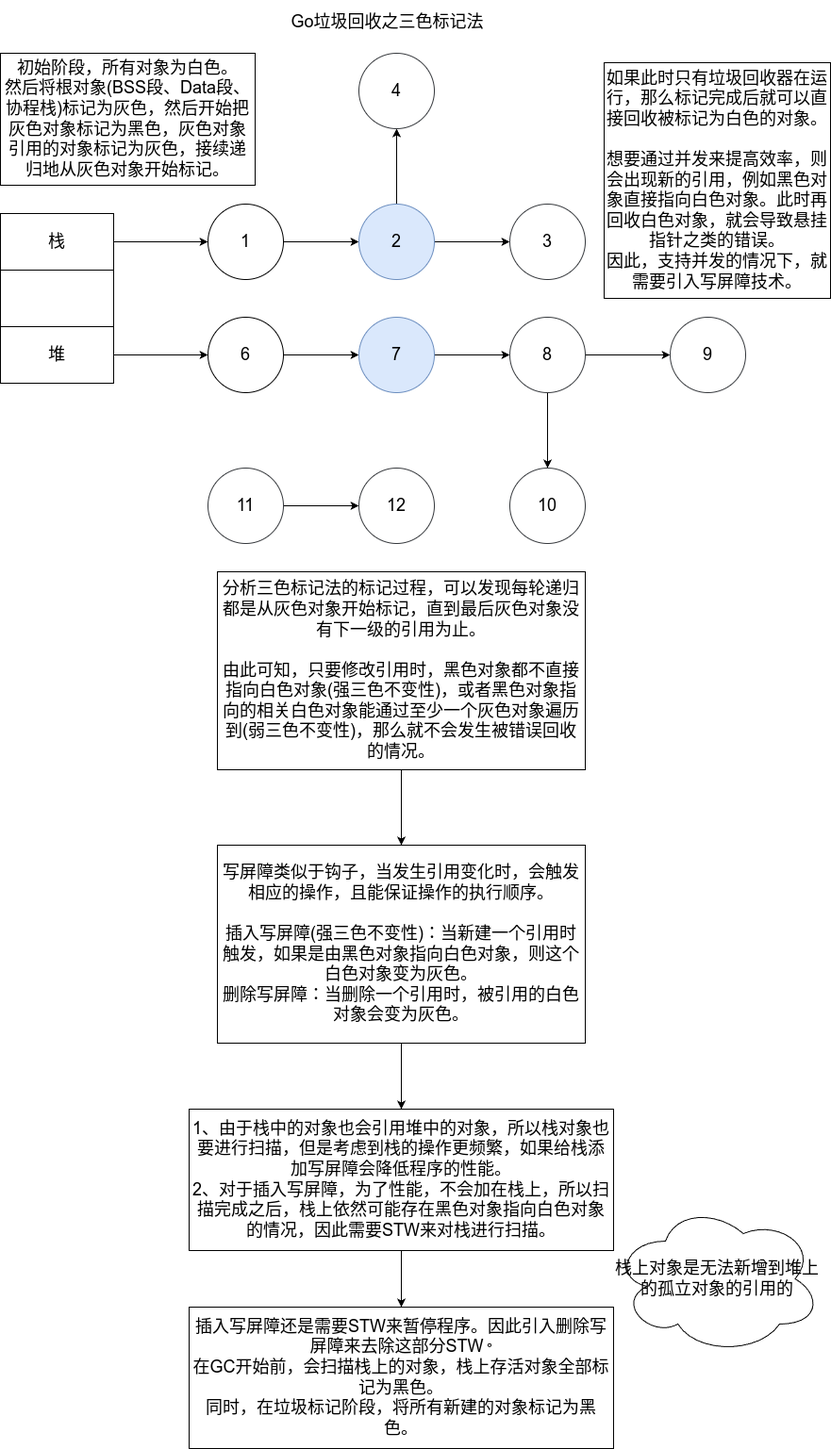
This is go_gc.png from moqsien/img_repo, a draw.io export, as it was before one commit. Source tidied: cells renumbered, new cells last; positions are measured from the earlier drawing's top-left corner, leaving out a move shared by most shapes.
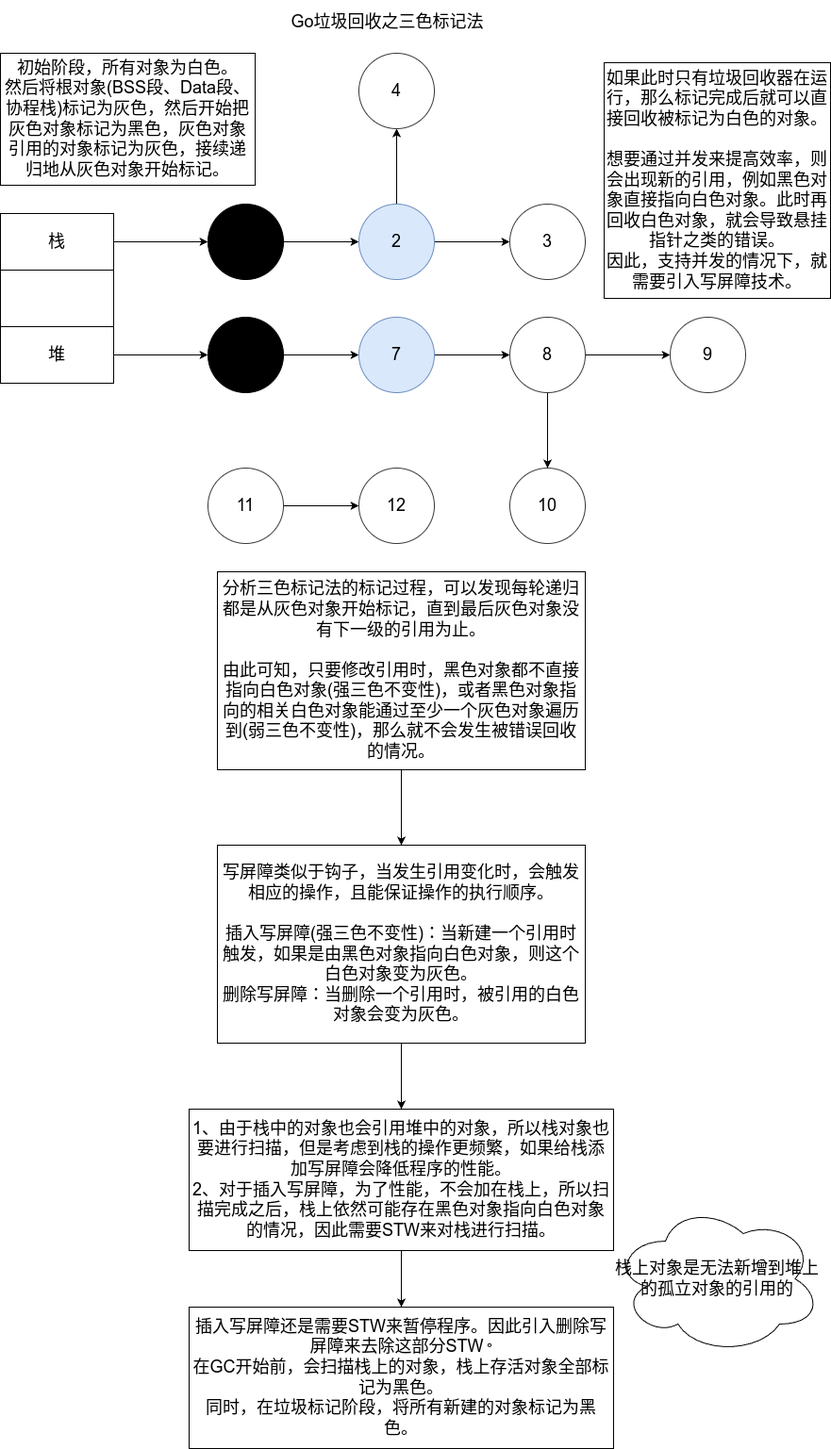
Later version of the same file.

What changed in the source:
```diff
@@ -23,7 +23,7 @@
     <mxCell id="8" style="edgeStyle=none;html=1;fontSize=18;" parent="1" edge="1" source="9" target="12">
       <mxGeometry relative="1" as="geometry" />
     </mxCell>
-    <mxCell id="9" value="1" style="ellipse;whiteSpace=wrap;html=1;fontSize=18;rounded=0;" parent="1" vertex="1">
+    <mxCell id="9" value="&lt;b&gt;1&lt;/b&gt;" style="ellipse;whiteSpace=wrap;html=1;fontSize=18;rounded=0;fillColor=#000000;" parent="1" vertex="1">
       <mxGeometry x="220" y="216" width="80" height="80" as="geometry" />
     </mxCell>
     <mxCell id="10" style="edgeStyle=none;html=1;fontSize=18;" parent="1" edge="1" source="12" target="13">
@@ -41,7 +41,7 @@
     <mxCell id="14" style="edgeStyle=none;html=1;entryX=0;entryY=0.5;entryDx=0;entryDy=0;fontSize=18;fontColor=#000000;" parent="1" edge="1" source="15" target="18">
       <mxGeometry relative="1" as="geometry" />
     </mxCell>
-    <mxCell id="15" value="6" style="ellipse;whiteSpace=wrap;html=1;fontSize=18;rounded=0;" parent="1" vertex="1">
+    <mxCell id="15" value="&lt;b&gt;6&lt;/b&gt;" style="ellipse;whiteSpace=wrap;html=1;fontSize=18;rounded=0;fillColor=#000000;" parent="1" vertex="1">
       <mxGeometry x="220" y="336" width="80" height="80" as="geometry" />
     </mxCell>
     <mxCell id="16" value="&lt;font color=&quot;#000000&quot;&gt;3&lt;/font&gt;" style="ellipse;whiteSpace=wrap;html=1;fontSize=18;fillColor=#FFFFFF;rounded=0;strokeColor=#36393d;" parent="1" vertex="1">
```
